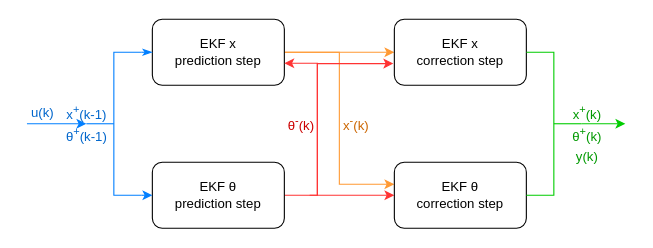
The draw.io diagram bms_flowchart_v2.drawio in PHentosh/draw_io_projects, before the edit. Source tidied: cells renumbered, new cells numbered last; positions are measured from the earlier drawing's top-left corner, leaving out a move shared by most shapes. Both pictures are drawn from the tidied source at 110%, with x=0, y=0 at pixel (20, 19).
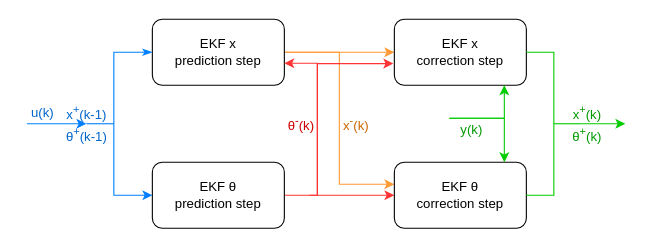
The same diagram, later.

Unchanged cells that the change refers to:
```xml
<mxCell id="7" value="EKF x &lt;br&gt;correction step" style="rounded=1;whiteSpace=wrap;html=1;" parent="1" vertex="1">
  <mxGeometry x="340" width="120" height="60" as="geometry" />
</mxCell>
<mxCell id="8" value="EKF θ &lt;br&gt;correction step" style="rounded=1;whiteSpace=wrap;html=1;" parent="1" vertex="1">
  <mxGeometry x="340" y="130" width="120" height="60" as="geometry" />
</mxCell>
```

Diff of the diagram source:
```diff
@@
     <mxCell id="22" value="&lt;div&gt;y(k)&lt;/div&gt;" style="text;html=1;align=center;verticalAlign=middle;strokeColor=none;fillColor=none;fontColor=light-dark(#009900,#66FF66);" parent="1" vertex="1">
-      <mxGeometry x="495" y="110" width="40" height="30" as="geometry" />
+      <mxGeometry x="390" y="86" width="40" height="30" as="geometry" />
     </mxCell>
@@
+    <mxCell id="25" style="edgeStyle=orthogonalEdgeStyle;rounded=0;jettySize=auto;html=1;strokeColor=light-dark(#00CC00,#00CC00);entryX=0.833;entryY=1;entryDx=0;entryDy=0;entryPerimeter=0;" parent="1" edge="1" target="7">
+      <mxGeometry relative="1" as="geometry">
+        <mxPoint x="390" y="90" as="sourcePoint" />
+        <Array as="points">
+          <mxPoint x="440" y="90" />
+        </Array>
+      </mxGeometry>
+    </mxCell>
+    <mxCell id="26" style="edgeStyle=orthogonalEdgeStyle;rounded=0;jettySize=auto;html=1;strokeColor=light-dark(#00CC00,#00CC00);entryX=0.833;entryY=0;entryDx=0;entryDy=0;entryPerimeter=0;" parent="1" edge="1" target="8">
+      <mxGeometry relative="1" as="geometry">
+        <mxPoint x="390" y="90" as="sourcePoint" />
+        <Array as="points">
+          <mxPoint x="390" y="90" />
+          <mxPoint x="440" y="90" />
+        </Array>
+      </mxGeometry>
+    </mxCell>
```
